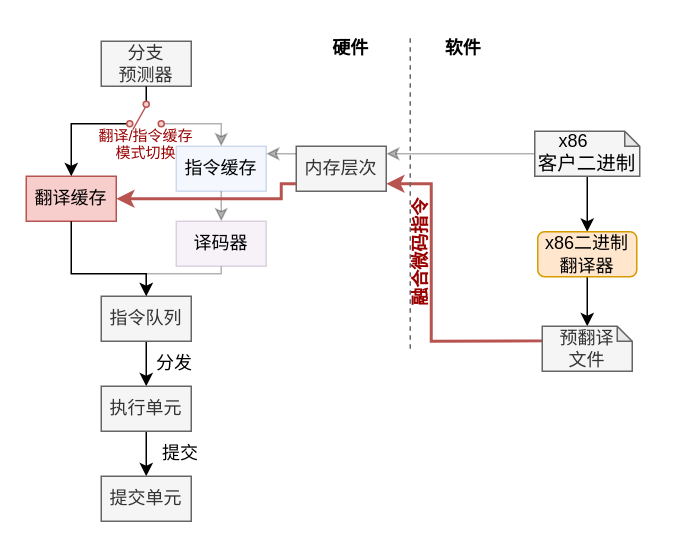
Earlier version of the draw.io diagram image/front_end_transutor.drawio (jensen-yan/yanyue_essay). Source tidied: cells renumbered, new cells numbered last; positions are measured from the earlier drawing's top-left corner, leaving out a move shared by most shapes. Both pictures are drawn from the tidied source at 150%, with x=0, y=0 at pixel (26, 26).
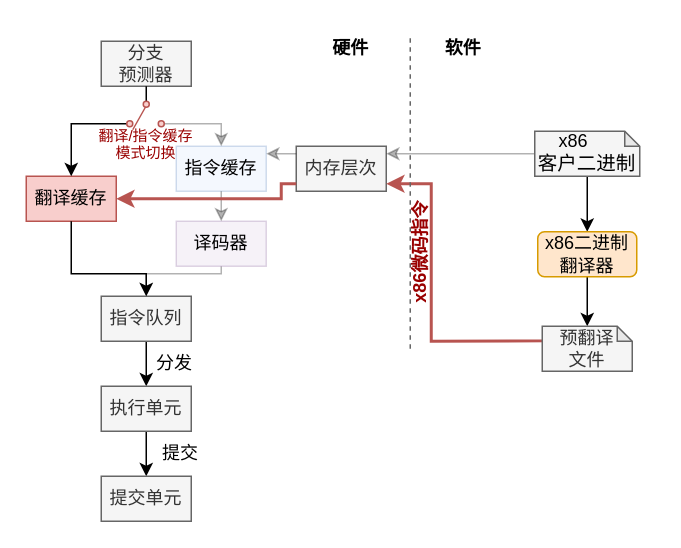
The same diagram, later.

Commit message (it also covers changes not shown here):
修改了图的设计

The edit, as a diff of the source:
```diff
@@
-    <mxCell id="22" value="&lt;font color=&quot;#990000&quot;&gt;&lt;b&gt;融合微码指令&lt;/b&gt;&lt;/font&gt;" style="text;html=1;strokeColor=none;fillColor=none;align=center;verticalAlign=middle;whiteSpace=wrap;rounded=0;rotation=-90;" parent="1" vertex="1">
+    <mxCell id="22" value="&lt;font color=&quot;#990000&quot;&gt;&lt;b&gt;x86微码指令&lt;/b&gt;&lt;/font&gt;" style="text;html=1;strokeColor=none;fillColor=none;align=center;verticalAlign=middle;whiteSpace=wrap;rounded=0;rotation=-90;" parent="1" vertex="1">
       <mxGeometry x="217.2" y="145.8" width="91.5" height="10" as="geometry" />
     </mxCell>
```
